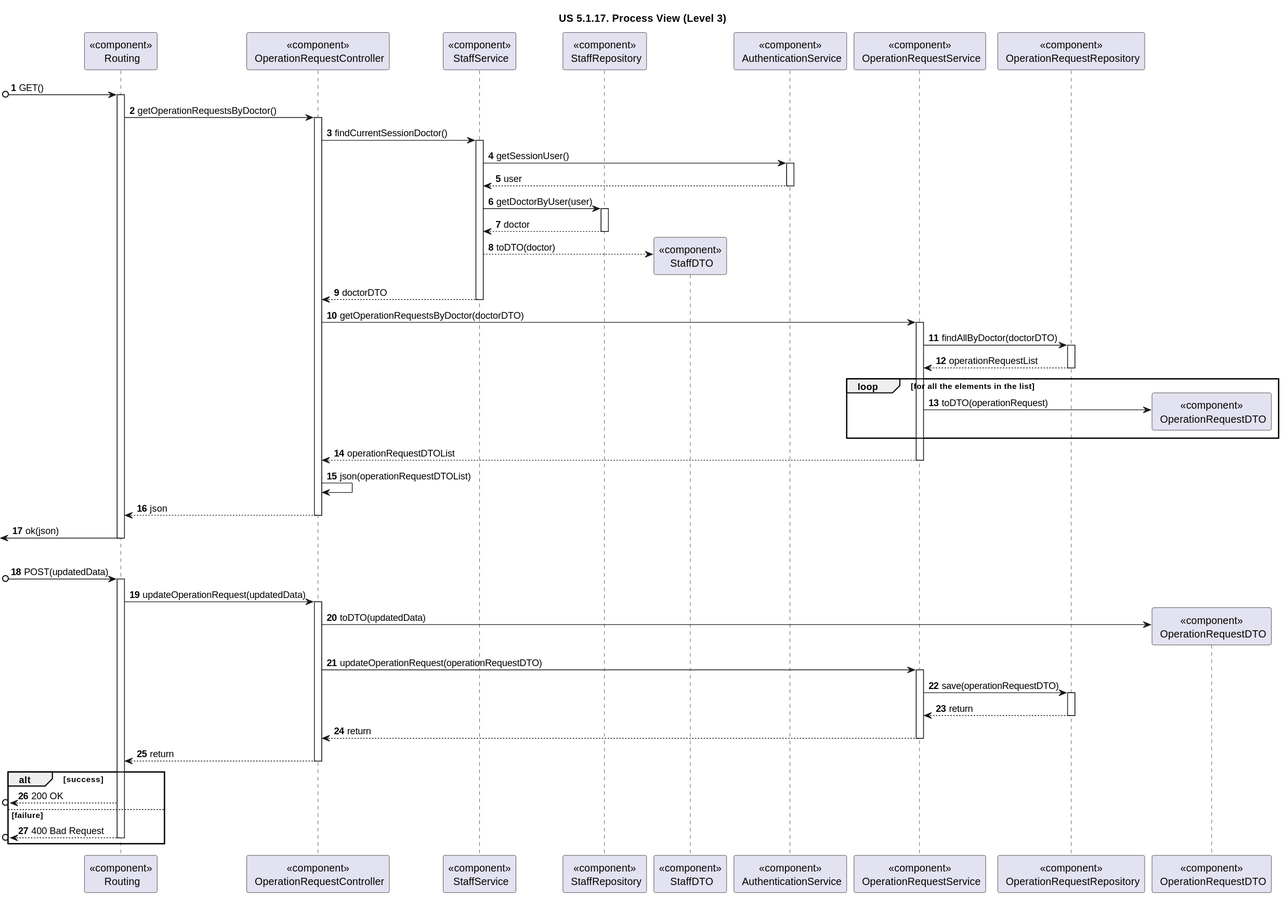
rita-barbosa/LAPR5-2425 keeps this PlantUML diagram as docs/sprint-1/1220683/us-5.1.17/diagrams/Process_View/Level-3/us17-process-view-lvl3.svg. Above is the earlier version.
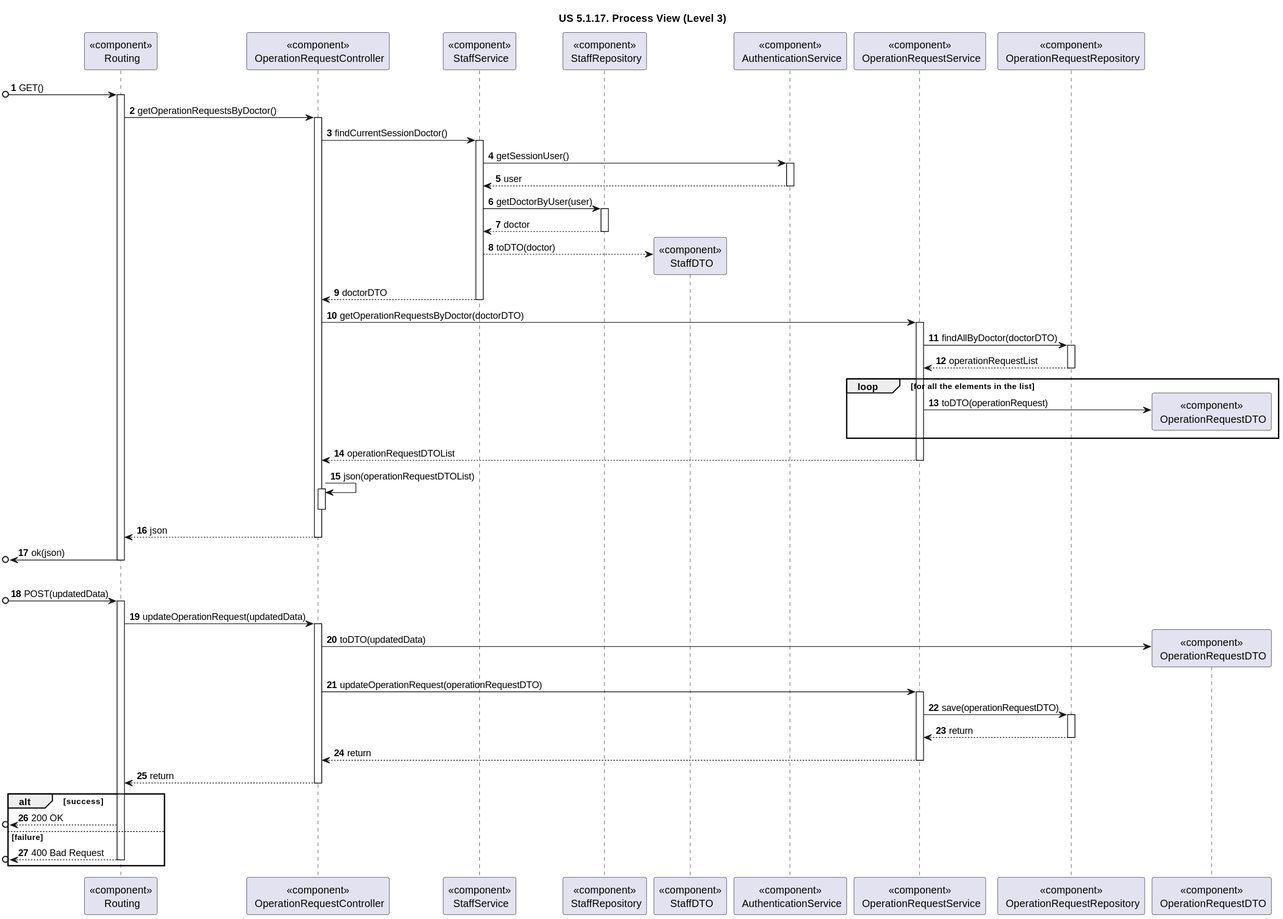
Above is the later version.

Commit message:
DG38-189 | docs: diagrams corrections

Diff of the diagram source:
```diff
@@ -62,11 +62,13 @@
 deactivate OPREQServ
 
 CONTROL -> CONTROL : json(operationRequestDTOList)
+activate CONTROL
+deactivate CONTROL
 
 CONTROL --> ROUTE : json
 deactivate CONTROL
 
-<- ROUTE : ok(json)
+[o<- ROUTE : ok(json)
 deactivate ROUTE
 
 |||
```
